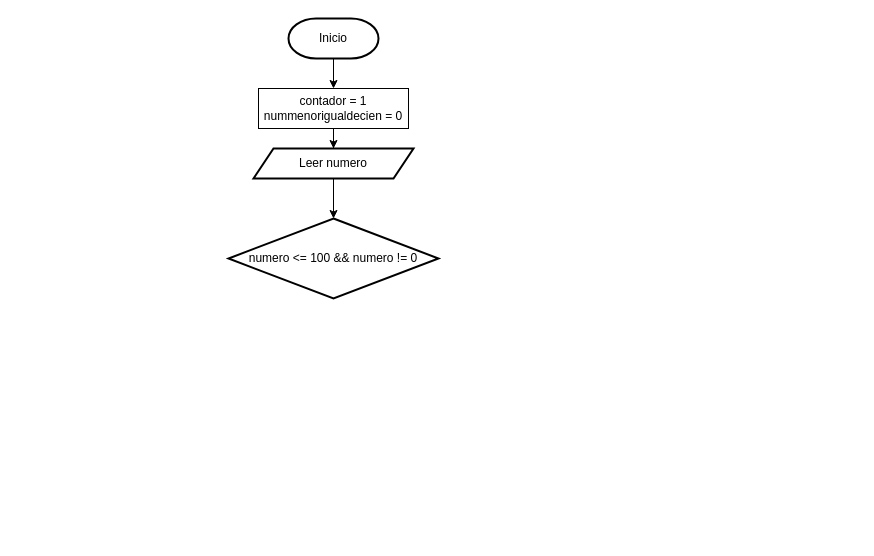
The draw.io diagram page "Page-4" (4 of 5) of Untitled Diagram.drawio in Theo-17/PRACTICA-1, before the edit. Source tidied: cells renumbered, new cells numbered last; positions are measured from the earlier drawing's top-left corner, leaving out a move shared by most shapes. Both pictures are drawn from the tidied source at 100%, with x=0, y=0 at pixel (228, 18).
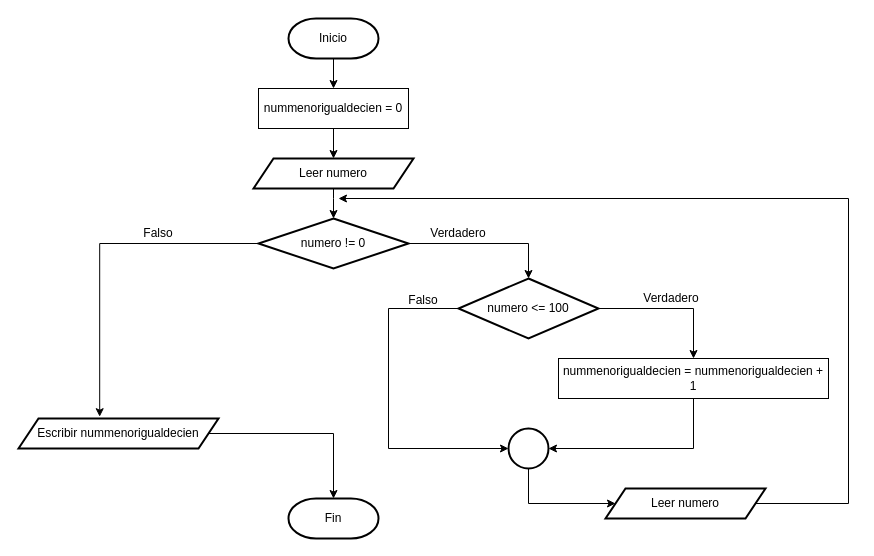
The same diagram, later.

The edit, as a diff of the source:
```diff
@@
-    <mxCell id="5" value="contador = 1&lt;br&gt;nummenorigualdecien = 0" style="rounded=0;whiteSpace=wrap;html=1;" parent="1" vertex="1">
+    <mxCell id="5" value="nummenorigualdecien = 0" style="rounded=0;whiteSpace=wrap;html=1;" parent="1" vertex="1">
       <mxGeometry x="30" y="70" width="150" height="40" as="geometry" />
     </mxCell>
     <mxCell id="6" style="edgeStyle=orthogonalEdgeStyle;rounded=0;jettySize=auto;html=1;" parent="1" edge="1" source="7" target="8">
-      <mxGeometry relative="1" as="geometry" />
+      <mxGeometry relative="1" as="geometry">
+        <Array as="points">
+          <mxPoint x="105" y="180" />
+          <mxPoint x="105" y="180" />
+        </Array>
+      </mxGeometry>
     </mxCell>
     <mxCell id="7" value="Leer numero" style="shape=parallelogram;perimeter=parallelogramPerimeter;whiteSpace=wrap;html=1;fixedSize=1;strokeWidth=2;" parent="1" vertex="1">
-      <mxGeometry x="25" y="130" width="160" height="30" as="geometry" />
+      <mxGeometry x="25" y="140" width="160" height="30" as="geometry" />
     </mxCell>
+    <mxCell id="9" style="edgeStyle=orthogonalEdgeStyle;rounded=0;jettySize=auto;html=1;entryX=0.5;entryY=0;entryDx=0;entryDy=0;entryPerimeter=0;" parent="1" edge="1" source="8" target="13">
+      <mxGeometry relative="1" as="geometry" />
+    </mxCell>
+    <mxCell id="10" style="edgeStyle=orthogonalEdgeStyle;rounded=0;jettySize=auto;html=1;entryX=0.406;entryY=-0.06;entryDx=0;entryDy=0;entryPerimeter=0;" parent="1" edge="1" source="8" target="23">
+      <mxGeometry relative="1" as="geometry" />
+    </mxCell>
-    <mxCell id="8" value="numero &amp;lt;= 100 &amp;amp;&amp;amp; numero != 0" style="strokeWidth=2;html=1;shape=mxgraph.flowchart.decision;whiteSpace=wrap;" parent="1" vertex="1">
-      <mxGeometry y="200" width="210" height="80" as="geometry" />
+    <mxCell id="8" value="numero != 0" style="strokeWidth=2;html=1;shape=mxgraph.flowchart.decision;whiteSpace=wrap;" parent="1" vertex="1">
+      <mxGeometry x="30" y="200" width="150" height="50" as="geometry" />
     </mxCell>
+    <mxCell id="11" style="edgeStyle=orthogonalEdgeStyle;rounded=0;jettySize=auto;html=1;exitX=1;exitY=0.5;exitDx=0;exitDy=0;exitPerimeter=0;" parent="1" edge="1" source="13" target="15">
+      <mxGeometry relative="1" as="geometry" />
+    </mxCell>
+    <mxCell id="12" style="edgeStyle=orthogonalEdgeStyle;rounded=0;jettySize=auto;html=1;entryX=0;entryY=0.5;entryDx=0;entryDy=0;entryPerimeter=0;" parent="1" edge="1" source="13" target="20">
+      <mxGeometry relative="1" as="geometry">
+        <Array as="points">
+          <mxPoint x="160" y="290" />
+          <mxPoint x="160" y="430" />
+        </Array>
+      </mxGeometry>
+    </mxCell>
+    <mxCell id="13" value="numero &amp;lt;= 100" style="strokeWidth=2;html=1;shape=mxgraph.flowchart.decision;whiteSpace=wrap;" parent="1" vertex="1">
+      <mxGeometry x="230" y="260" width="140" height="60" as="geometry" />
+    </mxCell>
+    <mxCell id="14" style="edgeStyle=orthogonalEdgeStyle;rounded=0;jettySize=auto;html=1;entryX=1;entryY=0.5;entryDx=0;entryDy=0;entryPerimeter=0;" parent="1" edge="1" source="15" target="20">
+      <mxGeometry relative="1" as="geometry">
+        <Array as="points">
+          <mxPoint x="465" y="430" />
+        </Array>
+      </mxGeometry>
+    </mxCell>
+    <mxCell id="15" value="nummenorigualdecien = nummenorigualdecien + 1" style="rounded=0;whiteSpace=wrap;html=1;" parent="1" vertex="1">
+      <mxGeometry x="330" y="340" width="270" height="40" as="geometry" />
+    </mxCell>
+    <mxCell id="16" value="Verdadero" style="text;html=1;strokeColor=none;fillColor=none;align=center;verticalAlign=middle;whiteSpace=wrap;rounded=0;" parent="1" vertex="1">
+      <mxGeometry x="200" y="200" width="60" height="30" as="geometry" />
+    </mxCell>
+    <mxCell id="17" value="Falso" style="text;html=1;strokeColor=none;fillColor=none;align=center;verticalAlign=middle;whiteSpace=wrap;rounded=0;" parent="1" vertex="1">
+      <mxGeometry x="-100" y="200" width="60" height="30" as="geometry" />
+    </mxCell>
+    <mxCell id="18" value="Verdadero" style="text;html=1;strokeColor=none;fillColor=none;align=center;verticalAlign=middle;whiteSpace=wrap;rounded=0;" parent="1" vertex="1">
+      <mxGeometry x="413" y="265" width="60" height="30" as="geometry" />
+    </mxCell>
+    <mxCell id="19" style="edgeStyle=orthogonalEdgeStyle;rounded=0;jettySize=auto;html=1;entryX=0;entryY=0.5;entryDx=0;entryDy=0;" parent="1" edge="1" source="20" target="26">
+      <mxGeometry relative="1" as="geometry">
+        <Array as="points">
+          <mxPoint x="300" y="485" />
+        </Array>
+      </mxGeometry>
+    </mxCell>
+    <mxCell id="20" style="strokeWidth=2;html=1;shape=mxgraph.flowchart.start_2;whiteSpace=wrap;" parent="1" vertex="1">
+      <mxGeometry x="280" y="410" width="40" height="40" as="geometry" />
+    </mxCell>
+    <mxCell id="21" value="Falso" style="text;html=1;strokeColor=none;fillColor=none;align=center;verticalAlign=middle;whiteSpace=wrap;rounded=0;" parent="1" vertex="1">
+      <mxGeometry x="165" y="267" width="60" height="30" as="geometry" />
+    </mxCell>
+    <mxCell id="22" style="edgeStyle=orthogonalEdgeStyle;rounded=0;jettySize=auto;html=1;entryX=0.5;entryY=0;entryDx=0;entryDy=0;entryPerimeter=0;" parent="1" edge="1" source="23" target="24">
+      <mxGeometry relative="1" as="geometry" />
+    </mxCell>
+    <mxCell id="23" value="Escribir nummenorigualdecien" style="shape=parallelogram;perimeter=parallelogramPerimeter;whiteSpace=wrap;html=1;fixedSize=1;strokeWidth=2;" parent="1" vertex="1">
+      <mxGeometry x="-210" y="400" width="200" height="30" as="geometry" />
+    </mxCell>
+    <mxCell id="24" value="Fin" style="strokeWidth=2;html=1;shape=mxgraph.flowchart.terminator;whiteSpace=wrap;" parent="1" vertex="1">
+      <mxGeometry x="60" y="480" width="90" height="40" as="geometry" />
+    </mxCell>
+    <mxCell id="25" style="edgeStyle=orthogonalEdgeStyle;rounded=0;jettySize=auto;html=1;" parent="1" edge="1" source="26">
+      <mxGeometry relative="1" as="geometry">
+        <mxPoint x="110" y="180" as="targetPoint" />
+        <Array as="points">
+          <mxPoint x="620" y="485" />
+          <mxPoint x="620" y="180" />
+        </Array>
+      </mxGeometry>
+    </mxCell>
+    <mxCell id="26" value="Leer numero" style="shape=parallelogram;perimeter=parallelogramPerimeter;whiteSpace=wrap;html=1;fixedSize=1;strokeWidth=2;" parent="1" vertex="1">
+      <mxGeometry x="377" y="470" width="160" height="30" as="geometry" />
+    </mxCell>
```
